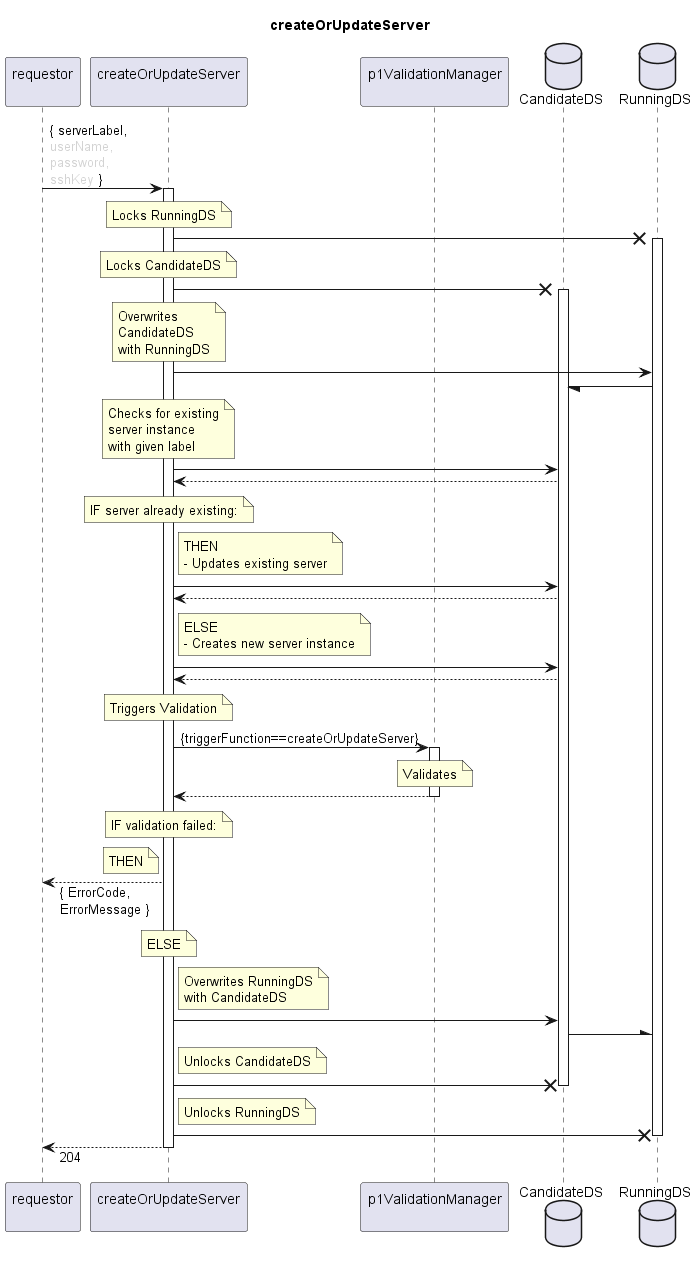
openBackhaul/FirmWareManager keeps this PlantUML diagram as spec/Services/createOrUpdateServer/1.0.0/createOrUpdateServer.png. Above is the earlier version.
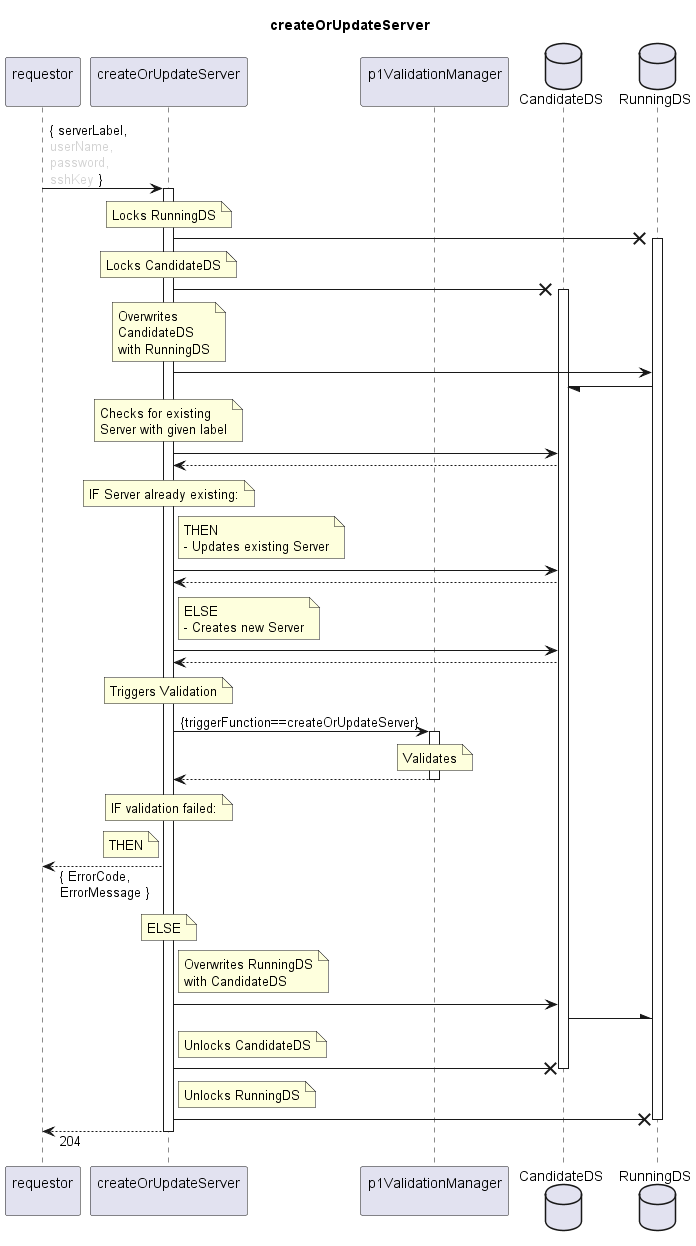
Above is the later version.

What changed in the source:
```diff
@@ -34,23 +34,22 @@
 
   note over couServer
     Checks for existing
-    server instance
-    with given label
+    Server with given label
   end note
   couServer -> CanDS
   couServer <-- CanDS
   note over couServer
-    IF server already existing:
+    IF Server already existing:
   end note
   note right couServer
     THEN
-    - Updates existing server
+    - Updates existing Server
   end note
   couServer -> CanDS
   couServer <-- CanDS
   note right couServer
     ELSE
-    - Creates new server instance
+    - Creates new Server
   end note
   couServer -> CanDS
   couServer <-- CanDS
```
